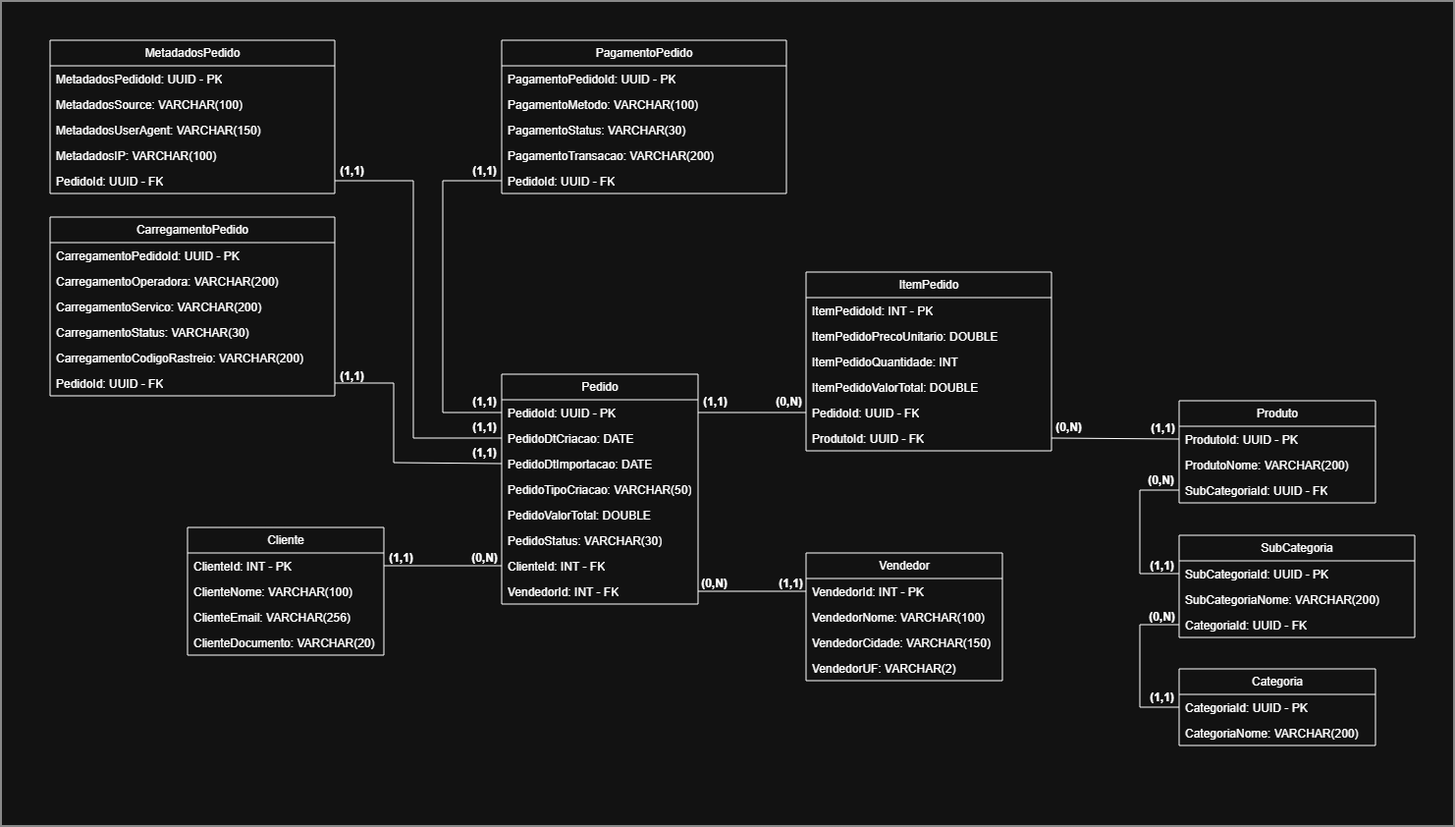
luis-pedro-dutra-carrocini/PJ1-Consumo-Mensageria keeps this draw.io diagram as DOCS/DER.png. Above is the earlier version. Source tidied: cells renumbered, new cells last; positions are measured from the earlier drawing's top-left corner, leaving out a move shared by most shapes.
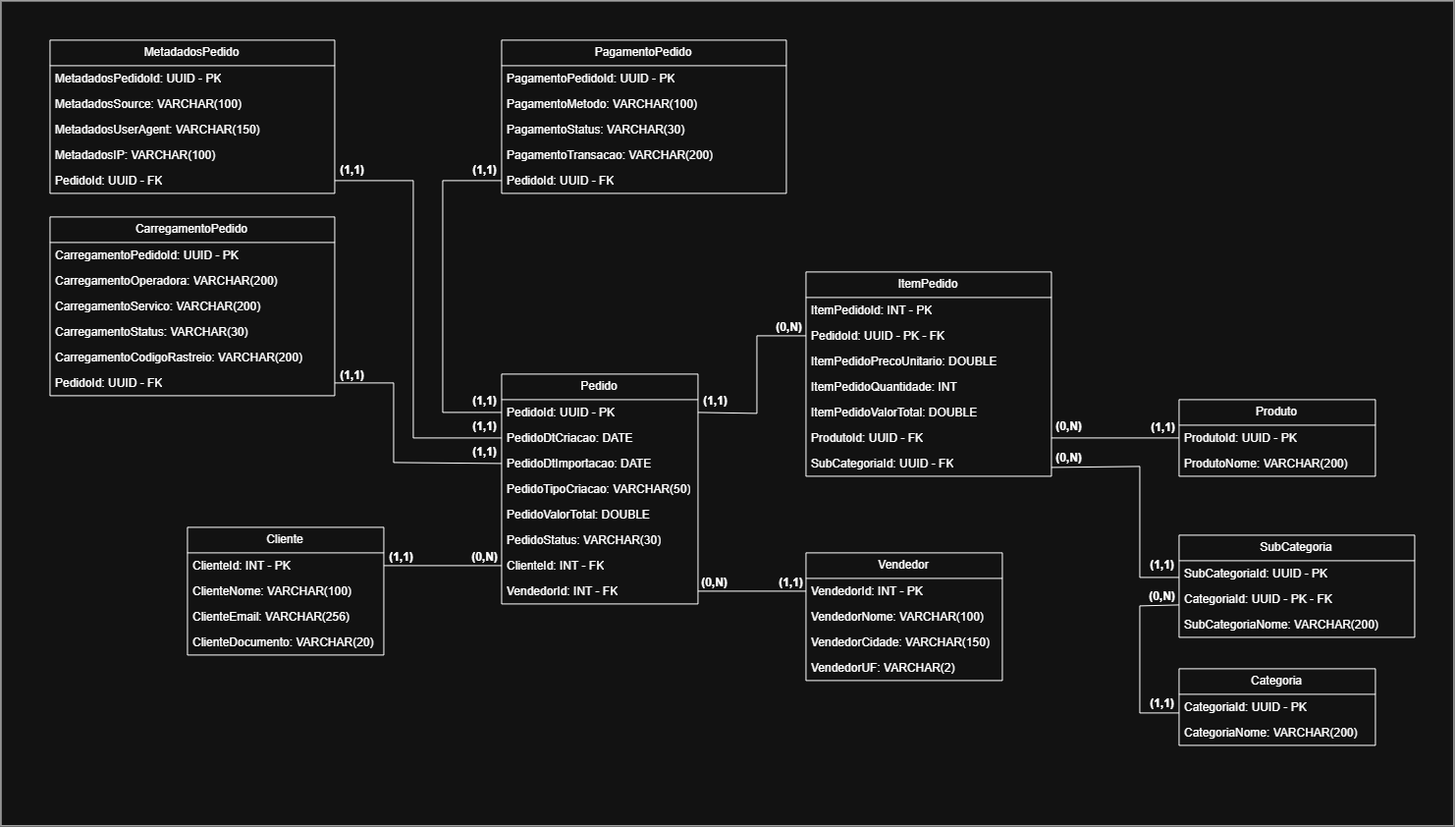
The same diagram one commit later.

Commit message:
BD | Correção DER

Change to the diagram source:
```diff
@@ -63,28 +63,31 @@
       <mxGeometry y="104" width="200" height="26" as="geometry" />
     </mxCell>
     <mxCell id="22" value="ItemPedido" style="swimlane;fontStyle=0;horizontal=1;startSize=26;fillColor=none;whiteSpace=wrap;html=1;" parent="1" vertex="1">
-      <mxGeometry x="820" y="276" width="250" height="182" as="geometry" />
+      <mxGeometry x="820" y="276" width="250" height="208" as="geometry" />
     </mxCell>
     <mxCell id="23" value="&lt;span style=&quot;text-align: center;&quot;&gt;ItemPedidoId&lt;/span&gt;: INT - PK" style="text;strokeColor=none;fillColor=none;align=left;verticalAlign=top;spacingLeft=4;spacingRight=4;overflow=hidden;whiteSpace=wrap;html=1;" parent="22" vertex="1">
       <mxGeometry y="26" width="250" height="26" as="geometry" />
     </mxCell>
+    <mxCell id="27" value="&lt;span style=&quot;text-align: center;&quot;&gt;PedidoId&lt;/span&gt;: UUID - PK - FK" style="text;strokeColor=none;fillColor=none;align=left;verticalAlign=top;spacingLeft=4;spacingRight=4;overflow=hidden;points=[[0,0.5],[1,0.5]];portConstraint=eastwest;whiteSpace=wrap;html=1;" parent="22" vertex="1">
+      <mxGeometry y="52" width="250" height="26" as="geometry" />
+    </mxCell>
     <mxCell id="24" value="&lt;span style=&quot;text-align: center;&quot;&gt;ItemPedidoPrecoUnitario&lt;/span&gt;: DOUBLE" style="text;strokeColor=none;fillColor=none;align=left;verticalAlign=top;spacingLeft=4;spacingRight=4;overflow=hidden;whiteSpace=wrap;html=1;" parent="22" vertex="1">
-      <mxGeometry y="52" width="250" height="26" as="geometry" />
+      <mxGeometry y="78" width="250" height="26" as="geometry" />
     </mxCell>
     <mxCell id="25" value="&lt;span style=&quot;text-align: center;&quot;&gt;ItemPedidoQuantidade&lt;/span&gt;: INT" style="text;strokeColor=none;fillColor=none;align=left;verticalAlign=top;spacingLeft=4;spacingRight=4;overflow=hidden;whiteSpace=wrap;html=1;" parent="22" vertex="1">
-      <mxGeometry y="78" width="250" height="26" as="geometry" />
+      <mxGeometry y="104" width="250" height="26" as="geometry" />
     </mxCell>
     <mxCell id="26" value="&lt;span style=&quot;text-align: center;&quot;&gt;ItemPedidoValorTotal&lt;/span&gt;: DOUBLE" style="text;strokeColor=none;fillColor=none;align=left;verticalAlign=top;spacingLeft=4;spacingRight=4;overflow=hidden;whiteSpace=wrap;html=1;" parent="22" vertex="1">
-      <mxGeometry y="104" width="250" height="26" as="geometry" />
+      <mxGeometry y="130" width="250" height="26" as="geometry" />
     </mxCell>
-    <mxCell id="27" value="&lt;span style=&quot;text-align: center;&quot;&gt;PedidoId&lt;/span&gt;: UUID - FK" style="text;strokeColor=none;fillColor=none;align=left;verticalAlign=top;spacingLeft=4;spacingRight=4;overflow=hidden;points=[[0,0.5],[1,0.5]];portConstraint=eastwest;whiteSpace=wrap;html=1;" parent="22" vertex="1">
-      <mxGeometry y="130" width="250" height="26" as="geometry" />
-    </mxCell>
     <mxCell id="28" value="&lt;span style=&quot;text-align: center;&quot;&gt;ProdutoId&lt;/span&gt;: UUID - FK" style="text;strokeColor=none;fillColor=none;align=left;verticalAlign=top;spacingLeft=4;spacingRight=4;overflow=hidden;points=[[0,0.5],[1,0.5]];portConstraint=eastwest;whiteSpace=wrap;html=1;" parent="22" vertex="1">
       <mxGeometry y="156" width="250" height="26" as="geometry" />
     </mxCell>
+    <mxCell id="32" value="&lt;span style=&quot;text-align: center;&quot;&gt;SubCategoria&lt;/span&gt;Id: UUID - FK" style="text;strokeColor=none;fillColor=none;align=left;verticalAlign=top;spacingLeft=4;spacingRight=4;overflow=hidden;points=[[0,0.5],[1,0.5]];portConstraint=eastwest;whiteSpace=wrap;html=1;" parent="22" vertex="1">
+      <mxGeometry y="182" width="250" height="26" as="geometry" />
+    </mxCell>
     <mxCell id="29" value="Produto" style="swimlane;fontStyle=0;horizontal=1;startSize=26;fillColor=none;whiteSpace=wrap;html=1;" parent="1" vertex="1">
-      <mxGeometry x="1200" y="407" width="200" height="104" as="geometry" />
+      <mxGeometry x="1200" y="406" width="200" height="78" as="geometry" />
     </mxCell>
     <mxCell id="30" value="&lt;span style=&quot;text-align: center;&quot;&gt;Produto&lt;/span&gt;Id: UUID - PK" style="text;strokeColor=none;fillColor=none;align=left;verticalAlign=top;spacingLeft=4;spacingRight=4;overflow=hidden;points=[[0,0.5],[1,0.5]];portConstraint=eastwest;whiteSpace=wrap;html=1;" parent="29" vertex="1">
       <mxGeometry y="26" width="200" height="26" as="geometry" />
@@ -92,9 +95,6 @@
     <mxCell id="31" value="&lt;span style=&quot;text-align: center;&quot;&gt;Produto&lt;/span&gt;Nome: VARCHAR(200)" style="text;strokeColor=none;fillColor=none;align=left;verticalAlign=top;spacingLeft=4;spacingRight=4;overflow=hidden;whiteSpace=wrap;html=1;" parent="29" vertex="1">
       <mxGeometry y="52" width="200" height="26" as="geometry" />
     </mxCell>
-    <mxCell id="32" value="&lt;span style=&quot;text-align: center;&quot;&gt;SubCategoria&lt;/span&gt;Id: UUID - FK" style="text;strokeColor=none;fillColor=none;align=left;verticalAlign=top;spacingLeft=4;spacingRight=4;overflow=hidden;points=[[0,0.5],[1,0.5]];portConstraint=eastwest;whiteSpace=wrap;html=1;" parent="29" vertex="1">
-      <mxGeometry y="78" width="200" height="26" as="geometry" />
-    </mxCell>
     <mxCell id="33" value="CarregamentoPedido" style="swimlane;fontStyle=0;horizontal=1;startSize=26;fillColor=none;whiteSpace=wrap;html=1;" parent="1" vertex="1">
       <mxGeometry x="50" y="220" width="290" height="182" as="geometry" />
     </mxCell>
@@ -159,7 +159,12 @@
       <mxGeometry relative="1" as="geometry" />
     </mxCell>
     <mxCell id="54" style="endArrow=none;html=1;rounded=0;exitX=1;exitY=0.5;exitDx=0;exitDy=0;entryX=0;entryY=0.5;entryDx=0;entryDy=0;" parent="1" edge="1" source="4" target="27">
-      <mxGeometry relative="1" as="geometry" />
+      <mxGeometry relative="1" as="geometry">
+        <Array as="points">
+          <mxPoint x="770" y="420" />
+          <mxPoint x="770" y="341" />
+        </Array>
+      </mxGeometry>
     </mxCell>
     <mxCell id="55" style="endArrow=none;html=1;rounded=0;entryX=0;entryY=0.5;entryDx=0;entryDy=0;exitX=1;exitY=0.5;exitDx=0;exitDy=0;" parent="1" edge="1" source="28" target="30">
       <mxGeometry relative="1" as="geometry" />
@@ -189,7 +194,7 @@
       </mxGeometry>
     </mxCell>
     <mxCell id="59" value="(0,N)" style="text;align=center;fontStyle=1;verticalAlign=middle;spacingLeft=3;spacingRight=3;strokeColor=none;html=1;" parent="1" vertex="1">
-      <mxGeometry x="785" y="395" width="35" height="26" as="geometry" />
+      <mxGeometry x="785" y="320" width="35" height="26" as="geometry" />
     </mxCell>
     <mxCell id="60" value="(1,1)" style="text;align=center;fontStyle=1;verticalAlign=middle;spacingLeft=3;spacingRight=3;strokeColor=none;html=1;" parent="1" vertex="1">
       <mxGeometry x="710" y="395" width="35" height="26" as="geometry" />
@@ -245,25 +250,29 @@
     <mxCell id="77" value="&lt;span style=&quot;text-align: center;&quot;&gt;SubCategoria&lt;/span&gt;Id: UUID - PK" style="text;strokeColor=none;fillColor=none;align=left;verticalAlign=top;spacingLeft=4;spacingRight=4;overflow=hidden;points=[[0,0.5],[1,0.5]];portConstraint=eastwest;whiteSpace=wrap;html=1;" parent="76" vertex="1">
       <mxGeometry y="26" width="240" height="26" as="geometry" />
     </mxCell>
+    <mxCell id="79" value="&lt;span style=&quot;text-align: center;&quot;&gt;Categoria&lt;/span&gt;Id: UUID - PK - FK" style="text;strokeColor=none;fillColor=none;align=left;verticalAlign=top;spacingLeft=4;spacingRight=4;overflow=hidden;points=[[0,0.5],[1,0.5]];portConstraint=eastwest;whiteSpace=wrap;html=1;" parent="76" vertex="1">
+      <mxGeometry y="52" width="240" height="26" as="geometry" />
+    </mxCell>
     <mxCell id="78" value="&lt;span style=&quot;text-align: center;&quot;&gt;SubCategoria&lt;/span&gt;Nome: VARCHAR(200)" style="text;strokeColor=none;fillColor=none;align=left;verticalAlign=top;spacingLeft=4;spacingRight=4;overflow=hidden;whiteSpace=wrap;html=1;" parent="76" vertex="1">
-      <mxGeometry y="52" width="240" height="26" as="geometry" />
+      <mxGeometry y="78" width="240" height="26" as="geometry" />
     </mxCell>
-    <mxCell id="79" value="&lt;span style=&quot;text-align: center;&quot;&gt;Categoria&lt;/span&gt;Id: UUID - FK" style="text;strokeColor=none;fillColor=none;align=left;verticalAlign=top;spacingLeft=4;spacingRight=4;overflow=hidden;points=[[0,0.5],[1,0.5]];portConstraint=eastwest;whiteSpace=wrap;html=1;" parent="76" vertex="1">
-      <mxGeometry y="78" width="240" height="26" as="geometry" />
-    </mxCell>
-    <mxCell id="80" style="endArrow=none;html=1;rounded=0;exitX=0;exitY=0.5;exitDx=0;exitDy=0;entryX=0;entryY=0.5;entryDx=0;entryDy=0;" parent="1" edge="1" source="32" target="77">
+    <mxCell id="80" style="endArrow=none;html=1;rounded=0;entryX=0;entryY=0.5;entryDx=0;entryDy=0;exitX=1;exitY=0.5;exitDx=0;exitDy=0;" parent="1" edge="1">
       <mxGeometry relative="1" as="geometry">
+        <mxPoint x="1070" y="475" as="sourcePoint" />
+        <mxPoint x="1200" y="587" as="targetPoint" />
         <Array as="points">
-          <mxPoint x="1160" y="498" />
-          <mxPoint x="1160" y="583" />
+          <mxPoint x="1160" y="474" />
+          <mxPoint x="1160" y="587" />
         </Array>
       </mxGeometry>
     </mxCell>
-    <mxCell id="81" style="endArrow=none;html=1;rounded=0;exitX=0;exitY=0.5;exitDx=0;exitDy=0;entryX=0;entryY=0.5;entryDx=0;entryDy=0;" parent="1" edge="1" source="79" target="74">
+    <mxCell id="81" style="endArrow=none;html=1;rounded=0;exitX=0;exitY=0.5;exitDx=0;exitDy=0;entryX=0;entryY=0.5;entryDx=0;entryDy=0;" parent="1" edge="1">
       <mxGeometry relative="1" as="geometry">
+        <mxPoint x="1200" y="615" as="sourcePoint" />
+        <mxPoint x="1200" y="725" as="targetPoint" />
         <Array as="points">
-          <mxPoint x="1160" y="635" />
-          <mxPoint x="1160" y="719" />
+          <mxPoint x="1160" y="616" />
+          <mxPoint x="1160" y="725" />
         </Array>
       </mxGeometry>
     </mxCell>
@@ -271,13 +280,13 @@
       <mxGeometry x="1165" y="562" width="35" height="26" as="geometry" />
     </mxCell>
     <mxCell id="83" value="(0,N)" style="text;align=center;fontStyle=1;verticalAlign=middle;spacingLeft=3;spacingRight=3;strokeColor=none;html=1;" parent="1" vertex="1">
-      <mxGeometry x="1164" y="475" width="35" height="26" as="geometry" />
+      <mxGeometry x="1070" y="453" width="35" height="26" as="geometry" />
     </mxCell>
     <mxCell id="84" value="(0,N)" style="text;align=center;fontStyle=1;verticalAlign=middle;spacingLeft=3;spacingRight=3;strokeColor=none;html=1;" parent="1" vertex="1">
-      <mxGeometry x="1165" y="614" width="35" height="26" as="geometry" />
+      <mxGeometry x="1165" y="594" width="35" height="26" as="geometry" />
     </mxCell>
     <mxCell id="85" value="(1,1)" style="text;align=center;fontStyle=1;verticalAlign=middle;spacingLeft=3;spacingRight=3;strokeColor=none;html=1;" parent="1" vertex="1">
-      <mxGeometry x="1165" y="696" width="35" height="26" as="geometry" />
+      <mxGeometry x="1165" y="703" width="35" height="26" as="geometry" />
     </mxCell>
   </root>
 </mxGraphModel>
```
